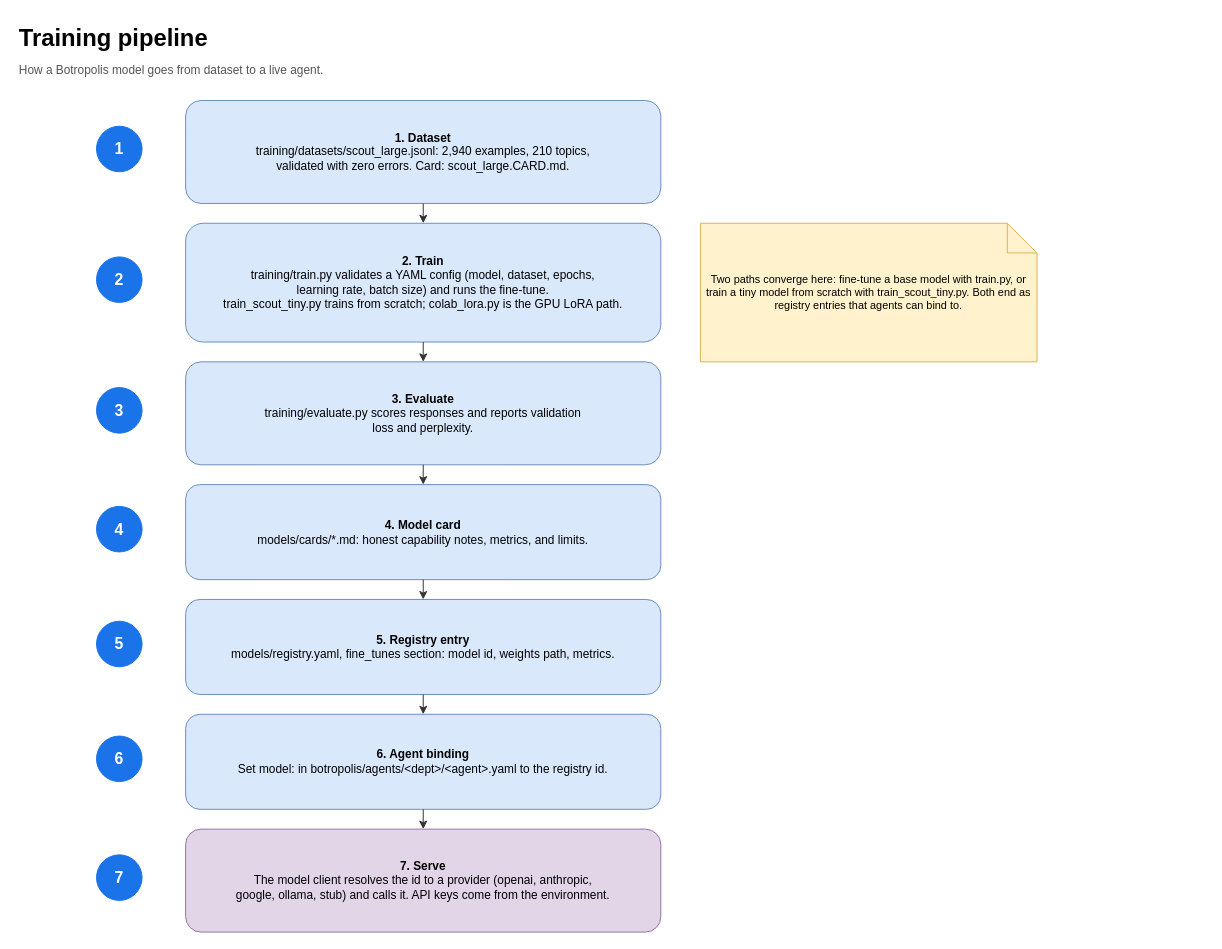
The draw.io diagram page "Training pipeline" (4 of 4) of docs/architecture.drawio in kagithamanoj/botropolis, before the edit. Source tidied: cells renumbered, new cells numbered last; positions are measured from the earlier drawing's top-left corner, leaving out a move shared by most shapes. Both pictures are drawn from the tidied source at 99%, with x=0, y=0 at pixel (17, 17).
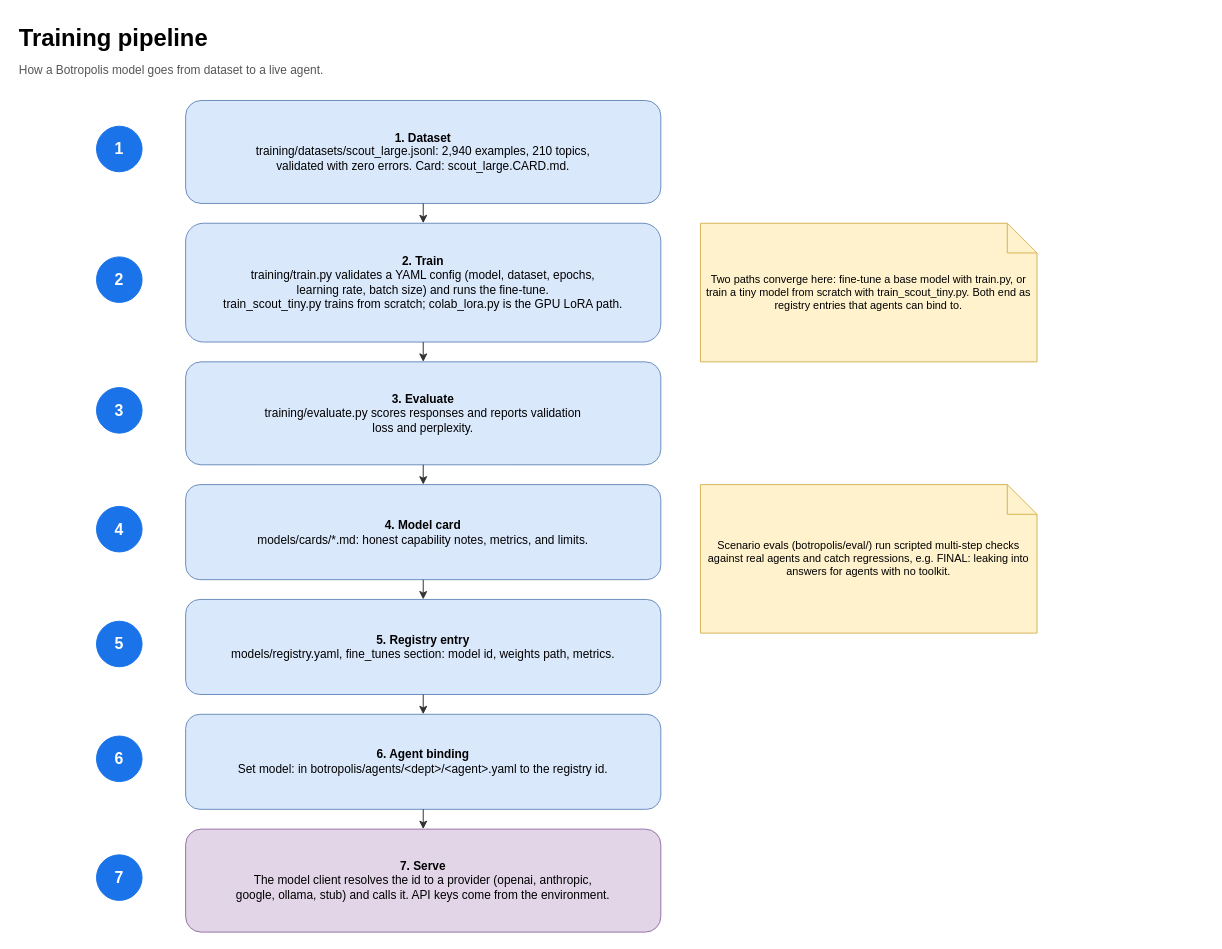
The same page after the edit.

What changed in the source:
```diff
@@
+    <mxCell id="25" value="Scenario evals (botropolis/eval/) run scripted multi-step checks against real agents and catch regressions, e.g. FINAL: leaking into answers for agents with no toolkit." style="shape=note;whiteSpace=wrap;html=1;backgroundOutline=1;fillColor=#fff2cc;strokeColor=#d6b656;fontSize=11;" parent="1" vertex="1">
+      <mxGeometry x="690" y="472" width="340" height="150" as="geometry" />
+    </mxCell>
```
